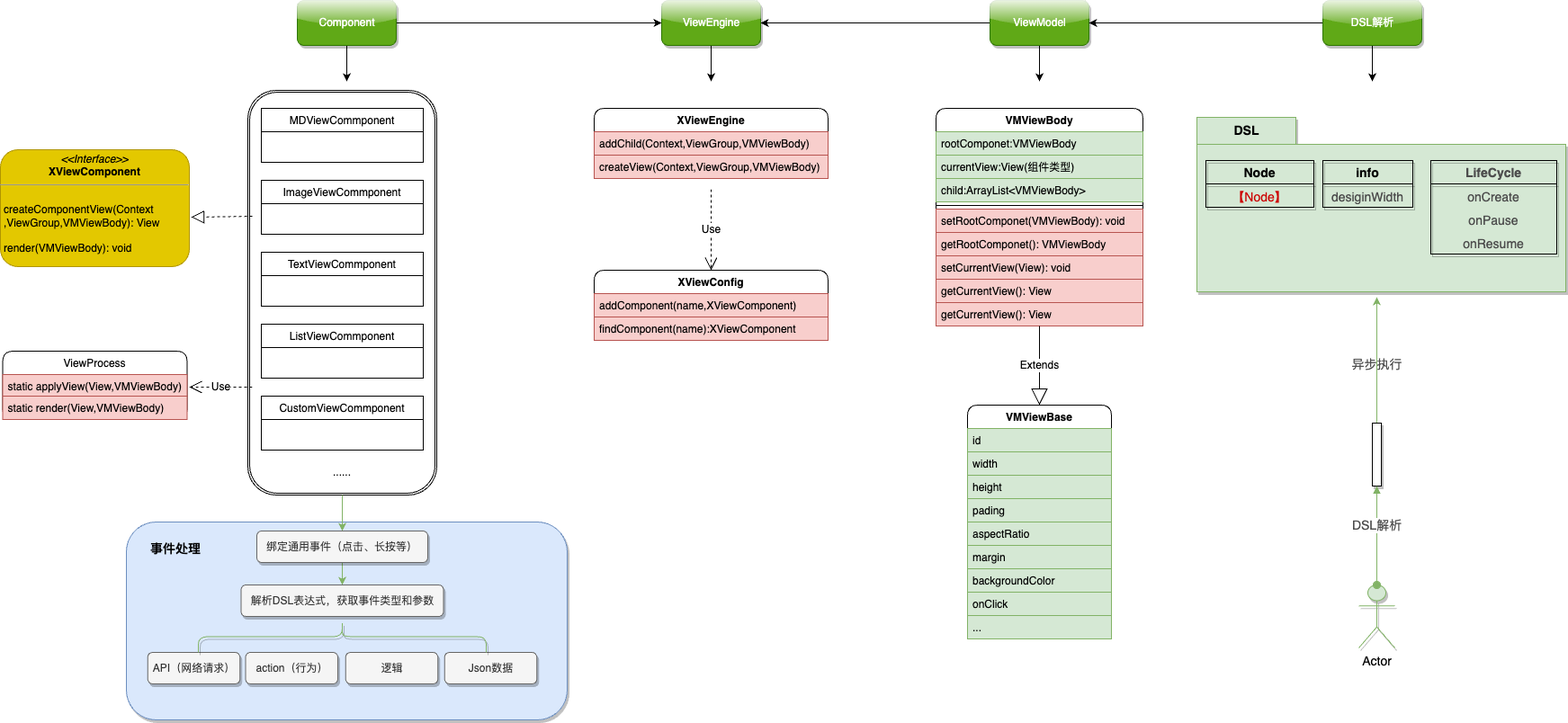
This is coralsea.png from heiyl/Test, a draw.io export, as it was before one commit. Source tidied: cells renumbered, new cells last; positions are measured from the earlier drawing's top-left corner, leaving out a move shared by most shapes.
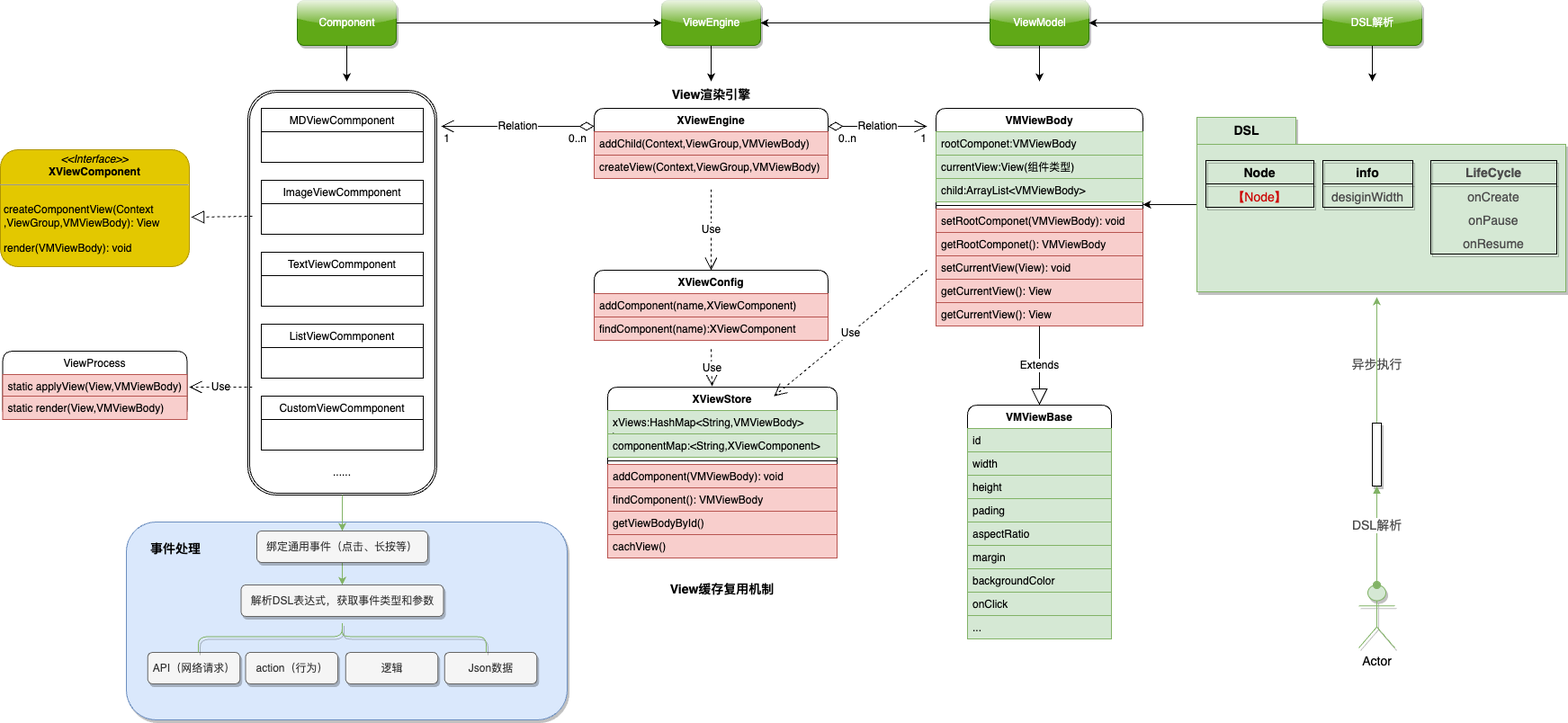
After the change.

Change to the diagram source:
```diff
@@ -213,6 +213,11 @@
     <mxCell id="65" value="DSL解析" style="html=1;fillColor=#60a917;fontColor=#ffffff;strokeColor=#2D7600;labelBorderColor=none;rounded=1;glass=1;shadow=1;" parent="1" vertex="1">
       <mxGeometry x="1470" width="110" height="50" as="geometry" />
     </mxCell>
+    <mxCell id="80" style="edgeStyle=orthogonalEdgeStyle;rounded=0;jettySize=auto;html=1;" parent="1" edge="1" source="66">
+      <mxGeometry relative="1" as="geometry">
+        <mxPoint x="1270" y="227" as="targetPoint" />
+      </mxGeometry>
+    </mxCell>
     <mxCell id="66" value="&lt;b&gt;DSL&lt;/b&gt;" style="shape=folder;fontStyle=0;tabWidth=110;tabHeight=30;tabPosition=left;html=1;boundedLbl=1;labelInHeader=1;shadow=1;fontSize=14;fillColor=#d5e8d4;strokeColor=#82b366;" parent="1" vertex="1">
       <mxGeometry x="1330" y="130" width="410" height="194" as="geometry" />
     </mxCell>
@@ -257,5 +262,75 @@
     <mxCell id="79" value="异步执行" style="text;html=1;align=center;verticalAlign=middle;strokeColor=none;fillColor=none;fontSize=14;fontColor=#4D4D4D;" parent="1" vertex="1">
       <mxGeometry x="1490" y="390" width="80" height="30" as="geometry" />
     </mxCell>
+    <mxCell id="81" value="Relation" style="endArrow=open;html=1;endSize=12;startArrow=diamondThin;startSize=14;startFill=0;edgeStyle=orthogonalEdgeStyle;rounded=0;" parent="1" edge="1">
+      <mxGeometry relative="1" as="geometry">
+        <mxPoint x="920" y="140" as="sourcePoint" />
+        <mxPoint x="1030" y="140" as="targetPoint" />
+      </mxGeometry>
+    </mxCell>
+    <mxCell id="82" value="0..n" style="edgeLabel;html=1;align=left;verticalAlign=top;" parent="81" vertex="1">
+      <mxGeometry x="-1" relative="1" as="geometry">
+        <mxPoint x="10" as="offset" />
+      </mxGeometry>
+    </mxCell>
+    <mxCell id="83" value="1" style="edgeLabel;html=1;align=right;verticalAlign=top;" parent="81" vertex="1">
+      <mxGeometry x="1" relative="1" as="geometry" />
+    </mxCell>
+    <mxCell id="84" value="Relation" style="endArrow=open;html=1;endSize=12;startArrow=diamondThin;startSize=14;startFill=0;edgeStyle=orthogonalEdgeStyle;rounded=0;exitX=0;exitY=0.256;exitDx=0;exitDy=0;exitPerimeter=0;" parent="1" edge="1" source="42">
+      <mxGeometry relative="1" as="geometry">
+        <mxPoint x="490" y="140" as="targetPoint" />
+      </mxGeometry>
+    </mxCell>
+    <mxCell id="85" value="0..n" style="edgeLabel;html=1;align=left;verticalAlign=top;" parent="84" vertex="1">
+      <mxGeometry x="-1" relative="1" as="geometry">
+        <mxPoint x="-30" as="offset" />
+      </mxGeometry>
+    </mxCell>
+    <mxCell id="86" value="1" style="edgeLabel;html=1;align=right;verticalAlign=top;" parent="84" vertex="1">
+      <mxGeometry x="1" relative="1" as="geometry">
+        <mxPoint x="10" as="offset" />
+      </mxGeometry>
+    </mxCell>
+    <mxCell id="87" value="XViewStore" style="swimlane;fontStyle=1;align=center;verticalAlign=top;horizontal=1;startSize=26;labelBorderColor=none;rounded=1;sketch=0;shadow=0;swimlaneLine=1;" parent="1" vertex="1">
+      <mxGeometry x="675" y="430" width="255" height="190" as="geometry" />
+    </mxCell>
+    <mxCell id="88" value="xViews:HashMap&lt;String,VMViewBody&gt;&#10;&gt;" style="text;strokeColor=#82b366;fillColor=#d5e8d4;align=left;verticalAlign=top;spacingLeft=4;spacingRight=4;overflow=hidden;labelBorderColor=none;" parent="87" vertex="1">
+      <mxGeometry y="26" width="255" height="26" as="geometry" />
+    </mxCell>
+    <mxCell id="89" value="componentMap:&lt;String,XViewComponent&gt;" style="text;strokeColor=#82b366;fillColor=#d5e8d4;align=left;verticalAlign=top;spacingLeft=4;spacingRight=4;overflow=hidden;labelBorderColor=none;" parent="87" vertex="1">
+      <mxGeometry y="52" width="255" height="26" as="geometry" />
+    </mxCell>
+    <mxCell id="90" style="line;strokeWidth=1;fillColor=none;align=left;verticalAlign=middle;spacingTop=-1;spacingLeft=3;spacingRight=3;labelPosition=right;strokeColor=inherit;labelBorderColor=none;" parent="87" vertex="1">
+      <mxGeometry y="78" width="255" height="8" as="geometry" />
+    </mxCell>
+    <mxCell id="91" value="addComponent(VMViewBody): void" style="text;strokeColor=#b85450;fillColor=#f8cecc;align=left;verticalAlign=top;spacingLeft=4;spacingRight=4;overflow=hidden;labelBorderColor=none;" parent="87" vertex="1">
+      <mxGeometry y="86" width="255" height="26" as="geometry" />
+    </mxCell>
+    <mxCell id="92" value="findComponent(): VMViewBody" style="text;strokeColor=#b85450;fillColor=#f8cecc;align=left;verticalAlign=top;spacingLeft=4;spacingRight=4;overflow=hidden;labelBorderColor=none;" parent="87" vertex="1">
+      <mxGeometry y="112" width="255" height="26" as="geometry" />
+    </mxCell>
+    <mxCell id="93" value="getViewBodyById()" style="text;strokeColor=#b85450;fillColor=#f8cecc;align=left;verticalAlign=top;spacingLeft=4;spacingRight=4;overflow=hidden;labelBorderColor=none;" parent="87" vertex="1">
+      <mxGeometry y="138" width="255" height="26" as="geometry" />
+    </mxCell>
+    <mxCell id="94" value="cachView()" style="text;strokeColor=#b85450;fillColor=#f8cecc;align=left;verticalAlign=top;spacingLeft=4;spacingRight=4;overflow=hidden;labelBorderColor=none;" parent="87" vertex="1">
+      <mxGeometry y="164" width="255" height="26" as="geometry" />
+    </mxCell>
+    <mxCell id="95" value="Use" style="endArrow=open;endSize=12;dashed=1;html=1;rounded=0;entryX=0.455;entryY=0;entryDx=0;entryDy=0;entryPerimeter=0;" parent="1" edge="1">
+      <mxGeometry relative="1" as="geometry">
+        <mxPoint x="790" y="387.7" as="sourcePoint" />
+        <mxPoint x="791" y="429" as="targetPoint" />
+      </mxGeometry>
+    </mxCell>
+    <mxCell id="96" value="Use" style="endArrow=open;endSize=12;dashed=1;html=1;rounded=0;entryX=0.725;entryY=0.053;entryDx=0;entryDy=0;entryPerimeter=0;" parent="1" edge="1" target="87">
+      <mxGeometry relative="1" as="geometry">
+        <mxPoint x="1030" y="300" as="sourcePoint" />
+      </mxGeometry>
+    </mxCell>
+    <mxCell id="97" value="&lt;span style=&quot;font-size: 14px;&quot;&gt;View缓存复用机制&lt;/span&gt;" style="text;html=1;strokeColor=none;fillColor=none;align=center;verticalAlign=middle;whiteSpace=wrap;rounded=0;shadow=1;fontStyle=1;" parent="1" vertex="1">
+      <mxGeometry x="737" y="640" width="131" height="30" as="geometry" />
+    </mxCell>
+    <mxCell id="98" value="&lt;span style=&quot;font-size: 14px;&quot;&gt;View渲染引擎&lt;/span&gt;" style="text;html=1;strokeColor=none;fillColor=none;align=center;verticalAlign=middle;whiteSpace=wrap;rounded=0;shadow=1;fontStyle=1;" parent="1" vertex="1">
+      <mxGeometry x="724.5" y="90" width="131" height="30" as="geometry" />
+    </mxCell>
   </root>
 </mxGraphModel>
```
